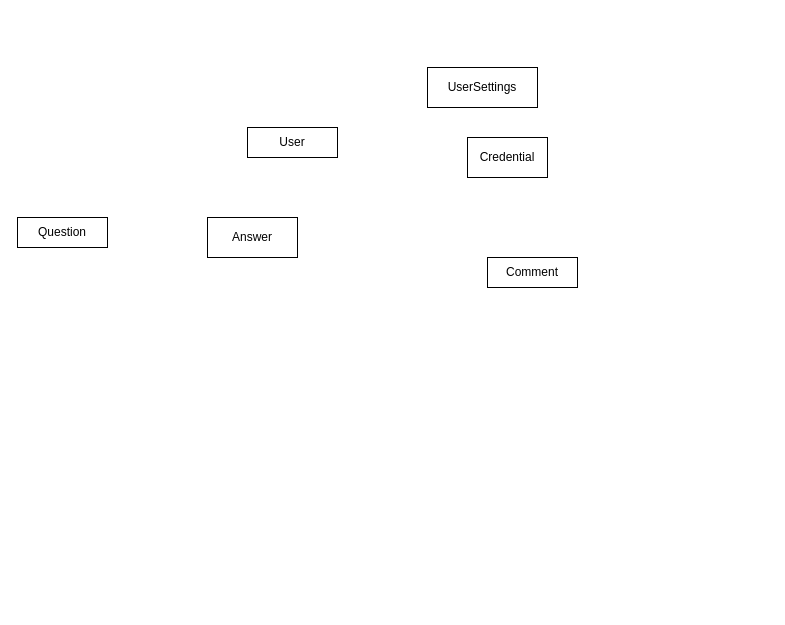
This is Projecting of IS/Untitled Diagram.drawio from Noderoid64/Study, a draw.io file, before an edit. Source tidied: cells renumbered, new cells numbered last; positions are measured from the earlier drawing's top-left corner, leaving out a move shared by most shapes. Both pictures are drawn from the tidied source at 100%, with x=0, y=0 at pixel (17, 67).
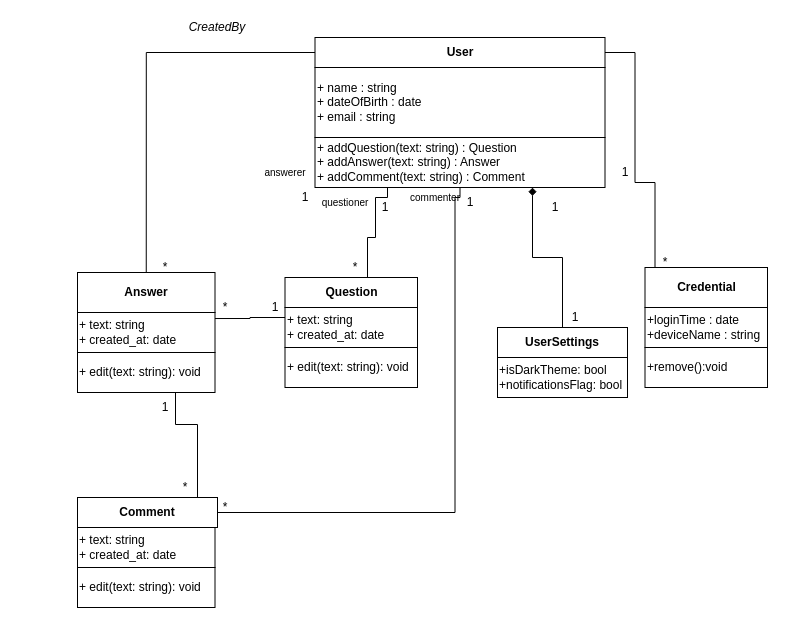
After the change.

The edit, as a diff of the source:
```diff
@@
-    <mxCell id="2" value="Question" style="rounded=0;whiteSpace=wrap;html=1;" parent="1" vertex="1">
-      <mxGeometry y="150" width="90" height="30" as="geometry" />
+    <mxCell id="2" value="&lt;b&gt;Question&lt;/b&gt;" style="rounded=0;whiteSpace=wrap;html=1;" parent="1" vertex="1">
+      <mxGeometry x="267.5" y="210" width="132.5" height="30" as="geometry" />
     </mxCell>
+    <mxCell id="8" style="edgeStyle=orthogonalEdgeStyle;rounded=0;jettySize=auto;html=1;exitX=0.25;exitY=1;exitDx=0;exitDy=0;entryX=0.5;entryY=0;entryDx=0;entryDy=0;endArrow=none;endFill=0;" parent="1" edge="1" source="39" target="2">
+      <mxGeometry relative="1" as="geometry">
+        <Array as="points">
+          <mxPoint x="370" y="130" />
+          <mxPoint x="358" y="130" />
+          <mxPoint x="358" y="170" />
+          <mxPoint x="350" y="170" />
+          <mxPoint x="350" y="210" />
+        </Array>
+      </mxGeometry>
+    </mxCell>
-    <mxCell id="3" value="User" style="rounded=0;whiteSpace=wrap;html=1;" parent="1" vertex="1">
-      <mxGeometry x="230" y="60" width="90" height="30" as="geometry" />
+    <mxCell id="3" value="&lt;b&gt;User&lt;/b&gt;" style="rounded=0;whiteSpace=wrap;html=1;" parent="1" vertex="1">
+      <mxGeometry x="297.5" y="-30" width="290" height="30" as="geometry" />
     </mxCell>
+    <mxCell id="9" style="edgeStyle=orthogonalEdgeStyle;rounded=0;jettySize=auto;html=1;exitX=0.991;exitY=0.151;exitDx=0;exitDy=0;entryX=0;entryY=0.25;entryDx=0;entryDy=0;endArrow=none;endFill=0;exitPerimeter=0;" parent="1" edge="1" source="33" target="38">
+      <mxGeometry relative="1" as="geometry" />
+    </mxCell>
+    <mxCell id="10" style="edgeStyle=orthogonalEdgeStyle;rounded=0;jettySize=auto;html=1;exitX=0.5;exitY=1;exitDx=0;exitDy=0;entryX=0.5;entryY=0;entryDx=0;entryDy=0;endArrow=none;endFill=0;" parent="1" edge="1" source="33" target="5">
+      <mxGeometry relative="1" as="geometry">
+        <Array as="points">
+          <mxPoint x="158" y="357" />
+          <mxPoint x="180" y="357" />
+          <mxPoint x="180" y="430" />
+        </Array>
+      </mxGeometry>
+    </mxCell>
+    <mxCell id="11" style="edgeStyle=orthogonalEdgeStyle;rounded=0;jettySize=auto;html=1;exitX=0.5;exitY=0;exitDx=0;exitDy=0;entryX=0;entryY=0.5;entryDx=0;entryDy=0;endArrow=none;endFill=0;" parent="1" edge="1" source="4" target="3">
+      <mxGeometry relative="1" as="geometry" />
+    </mxCell>
-    <mxCell id="4" value="Answer" style="rounded=0;whiteSpace=wrap;html=1;" parent="1" vertex="1">
-      <mxGeometry x="190" y="150" width="90" height="40" as="geometry" />
+    <mxCell id="4" value="&lt;b&gt;Answer&lt;/b&gt;" style="rounded=0;whiteSpace=wrap;html=1;" parent="1" vertex="1">
+      <mxGeometry x="60" y="205" width="137.5" height="40" as="geometry" />
     </mxCell>
+    <mxCell id="12" style="edgeStyle=orthogonalEdgeStyle;rounded=0;jettySize=auto;html=1;exitX=1;exitY=0.5;exitDx=0;exitDy=0;entryX=0.5;entryY=1;entryDx=0;entryDy=0;endArrow=none;endFill=0;" parent="1" edge="1" source="5" target="39">
+      <mxGeometry relative="1" as="geometry">
+        <Array as="points">
+          <mxPoint x="437.5" y="445" />
+          <mxPoint x="437.5" y="130" />
+          <mxPoint x="442.5" y="130" />
+        </Array>
+      </mxGeometry>
+    </mxCell>
-    <mxCell id="5" value="Comment" style="rounded=0;whiteSpace=wrap;html=1;" parent="1" vertex="1">
-      <mxGeometry x="470" y="190" width="90" height="30" as="geometry" />
+    <mxCell id="5" value="&lt;b&gt;Comment&lt;/b&gt;" style="rounded=0;whiteSpace=wrap;html=1;" parent="1" vertex="1">
+      <mxGeometry x="60" y="430" width="140" height="30" as="geometry" />
     </mxCell>
+    <mxCell id="13" style="edgeStyle=orthogonalEdgeStyle;rounded=0;jettySize=auto;html=1;entryX=1;entryY=0.5;entryDx=0;entryDy=0;endArrow=none;endFill=0;" parent="1" edge="1" source="6" target="3">
+      <mxGeometry relative="1" as="geometry">
+        <Array as="points">
+          <mxPoint x="637.5" y="115" />
+          <mxPoint x="617.5" y="115" />
+          <mxPoint x="617.5" y="-15" />
+        </Array>
+      </mxGeometry>
+    </mxCell>
-    <mxCell id="6" value="Credential" style="rounded=0;whiteSpace=wrap;html=1;" parent="1" vertex="1">
-      <mxGeometry x="450" y="70" width="80" height="40" as="geometry" />
+    <mxCell id="6" value="&lt;b&gt;Credential&lt;/b&gt;" style="rounded=0;whiteSpace=wrap;html=1;" parent="1" vertex="1">
+      <mxGeometry x="627.5" y="200" width="122.5" height="40" as="geometry" />
     </mxCell>
+    <mxCell id="14" style="edgeStyle=orthogonalEdgeStyle;rounded=0;jettySize=auto;html=1;exitX=0.5;exitY=0;exitDx=0;exitDy=0;endArrow=diamond;endFill=1;entryX=0.75;entryY=1;entryDx=0;entryDy=0;" parent="1" edge="1" source="7" target="39">
+      <mxGeometry relative="1" as="geometry" />
+    </mxCell>
-    <mxCell id="7" value="UserSettings" style="rounded=0;whiteSpace=wrap;html=1;" parent="1" vertex="1">
-      <mxGeometry x="410" width="110" height="40" as="geometry" />
+    <mxCell id="7" value="&lt;b&gt;UserSettings&lt;/b&gt;" style="rounded=0;whiteSpace=wrap;html=1;" parent="1" vertex="1">
+      <mxGeometry x="480" y="260" width="130" height="30" as="geometry" />
     </mxCell>
+    <mxCell id="15" value="*" style="text;html=1;strokeColor=none;fillColor=none;align=center;verticalAlign=middle;whiteSpace=wrap;rounded=0;" parent="1" vertex="1">
+      <mxGeometry x="127.5" y="190" width="40" height="20" as="geometry" />
+    </mxCell>
+    <mxCell id="16" value="*" style="text;html=1;strokeColor=none;fillColor=none;align=center;verticalAlign=middle;whiteSpace=wrap;rounded=0;" parent="1" vertex="1">
+      <mxGeometry x="147.5" y="410" width="40" height="20" as="geometry" />
+    </mxCell>
+    <mxCell id="17" value="*" style="text;html=1;strokeColor=none;fillColor=none;align=center;verticalAlign=middle;whiteSpace=wrap;rounded=0;" parent="1" vertex="1">
+      <mxGeometry x="187.5" y="230" width="40" height="20" as="geometry" />
+    </mxCell>
+    <mxCell id="18" value="*" style="text;html=1;strokeColor=none;fillColor=none;align=center;verticalAlign=middle;whiteSpace=wrap;rounded=0;" parent="1" vertex="1">
+      <mxGeometry x="327.5" y="195" width="20" height="10" as="geometry" />
+    </mxCell>
+    <mxCell id="19" value="1" style="text;html=1;strokeColor=none;fillColor=none;align=center;verticalAlign=middle;whiteSpace=wrap;rounded=0;" parent="1" vertex="1">
+      <mxGeometry x="237.5" y="230" width="40" height="20" as="geometry" />
+    </mxCell>
+    <mxCell id="20" value="1" style="text;html=1;strokeColor=none;fillColor=none;align=center;verticalAlign=middle;whiteSpace=wrap;rounded=0;" parent="1" vertex="1">
+      <mxGeometry x="537.5" y="240" width="40" height="20" as="geometry" />
+    </mxCell>
+    <mxCell id="21" value="1" style="text;html=1;strokeColor=none;fillColor=none;align=center;verticalAlign=middle;whiteSpace=wrap;rounded=0;" parent="1" vertex="1">
+      <mxGeometry x="267.5" y="120" width="40" height="20" as="geometry" />
+    </mxCell>
+    <mxCell id="22" value="1" style="text;html=1;strokeColor=none;fillColor=none;align=center;verticalAlign=middle;whiteSpace=wrap;rounded=0;" parent="1" vertex="1">
+      <mxGeometry x="347.5" y="130" width="40" height="20" as="geometry" />
+    </mxCell>
+    <mxCell id="23" value="1" style="text;html=1;strokeColor=none;fillColor=none;align=center;verticalAlign=middle;whiteSpace=wrap;rounded=0;" parent="1" vertex="1">
+      <mxGeometry x="427.5" y="125" width="50" height="20" as="geometry" />
+    </mxCell>
+    <mxCell id="24" value="1" style="text;html=1;strokeColor=none;fillColor=none;align=center;verticalAlign=middle;whiteSpace=wrap;rounded=0;" parent="1" vertex="1">
+      <mxGeometry x="587.5" y="95" width="40" height="20" as="geometry" />
+    </mxCell>
+    <mxCell id="25" value="*" style="text;html=1;strokeColor=none;fillColor=none;align=center;verticalAlign=middle;whiteSpace=wrap;rounded=0;" parent="1" vertex="1">
+      <mxGeometry x="627.5" y="185" width="40" height="20" as="geometry" />
+    </mxCell>
+    <mxCell id="26" value="1" style="text;html=1;strokeColor=none;fillColor=none;align=center;verticalAlign=middle;whiteSpace=wrap;rounded=0;" parent="1" vertex="1">
+      <mxGeometry x="517.5" y="130" width="40" height="20" as="geometry" />
+    </mxCell>
+    <mxCell id="27" value="*" style="text;html=1;strokeColor=none;fillColor=none;align=center;verticalAlign=middle;whiteSpace=wrap;rounded=0;" parent="1" vertex="1">
+      <mxGeometry x="187.5" y="430" width="40" height="20" as="geometry" />
+    </mxCell>
+    <mxCell id="28" value="&lt;i&gt;CreatedBy&lt;/i&gt;" style="text;html=1;strokeColor=none;fillColor=none;align=center;verticalAlign=middle;whiteSpace=wrap;rounded=0;" parent="1" vertex="1">
+      <mxGeometry x="180" y="-50" width="40" height="20" as="geometry" />
+    </mxCell>
+    <mxCell id="29" value="&lt;font style=&quot;font-size: 10px&quot;&gt;questioner&lt;/font&gt;" style="text;html=1;strokeColor=none;fillColor=none;align=center;verticalAlign=middle;whiteSpace=wrap;rounded=0;" parent="1" vertex="1">
+      <mxGeometry x="307.5" y="130" width="40" height="10" as="geometry" />
+    </mxCell>
+    <mxCell id="30" value="&lt;font style=&quot;font-size: 10px&quot;&gt;answerer&lt;/font&gt;" style="text;html=1;strokeColor=none;fillColor=none;align=center;verticalAlign=middle;whiteSpace=wrap;rounded=0;" parent="1" vertex="1">
+      <mxGeometry x="247.5" y="100" width="40" height="10" as="geometry" />
+    </mxCell>
+    <mxCell id="31" style="edgeStyle=orthogonalEdgeStyle;rounded=0;jettySize=auto;html=1;exitX=0.5;exitY=1;exitDx=0;exitDy=0;fontSize=11;endArrow=none;endFill=0;" parent="1" edge="1" source="32">
+      <mxGeometry relative="1" as="geometry">
+        <mxPoint x="417.7" y="140" as="targetPoint" />
+      </mxGeometry>
+    </mxCell>
+    <mxCell id="32" value="&lt;font style=&quot;font-size: 10px&quot;&gt;commenter&lt;/font&gt;" style="text;html=1;strokeColor=none;fillColor=none;align=center;verticalAlign=middle;whiteSpace=wrap;rounded=0;" parent="1" vertex="1">
+      <mxGeometry x="397.5" y="120" width="40" height="20" as="geometry" />
+    </mxCell>
+    <mxCell id="33" value="+ text: string&lt;br&gt;+ created_at: date" style="rounded=0;whiteSpace=wrap;html=1;align=left;" parent="1" vertex="1">
+      <mxGeometry x="60" y="245" width="137.5" height="40" as="geometry" />
+    </mxCell>
+    <mxCell id="34" value="+ text: string&lt;br&gt;+ created_at: date" style="rounded=0;whiteSpace=wrap;html=1;align=left;" parent="1" vertex="1">
+      <mxGeometry x="60" y="460" width="137.5" height="40" as="geometry" />
+    </mxCell>
+    <mxCell id="35" value="+ name : string&lt;br&gt;+ dateOfBirth : date&lt;br&gt;+ email : string" style="rounded=0;whiteSpace=wrap;html=1;align=left;" parent="1" vertex="1">
+      <mxGeometry x="297.5" width="290" height="70" as="geometry" />
+    </mxCell>
+    <mxCell id="36" value="+loginTime : date&lt;br&gt;+deviceName : string" style="rounded=0;whiteSpace=wrap;html=1;align=left;" parent="1" vertex="1">
+      <mxGeometry x="627.5" y="240" width="122.5" height="40" as="geometry" />
+    </mxCell>
+    <mxCell id="37" value="+isDarkTheme: bool&lt;br&gt;+notificationsFlag: bool" style="rounded=0;whiteSpace=wrap;html=1;align=left;" parent="1" vertex="1">
+      <mxGeometry x="480" y="290" width="130" height="40" as="geometry" />
+    </mxCell>
+    <mxCell id="38" value="+ text: string&lt;br&gt;+ created_at: date" style="rounded=0;whiteSpace=wrap;html=1;align=left;" parent="1" vertex="1">
+      <mxGeometry x="267.5" y="240" width="132.5" height="40" as="geometry" />
+    </mxCell>
+    <mxCell id="39" value="+ addQuestion(text: string) : Question&lt;br&gt;+ addAnswer(text: string) : Answer&lt;br&gt;+ addComment(text: string) : Comment" style="rounded=0;whiteSpace=wrap;html=1;align=left;" parent="1" vertex="1">
+      <mxGeometry x="297.5" y="70" width="290" height="50" as="geometry" />
+    </mxCell>
+    <mxCell id="40" value="+ edit(text: string): void" style="rounded=0;whiteSpace=wrap;html=1;align=left;" parent="1" vertex="1">
+      <mxGeometry x="60" y="285" width="137.5" height="40" as="geometry" />
+    </mxCell>
+    <mxCell id="41" value="1" style="text;html=1;strokeColor=none;fillColor=none;align=center;verticalAlign=middle;whiteSpace=wrap;rounded=0;" parent="1" vertex="1">
+      <mxGeometry x="127.5" y="330" width="40" height="20" as="geometry" />
+    </mxCell>
+    <mxCell id="42" value="+ edit(text: string): void" style="rounded=0;whiteSpace=wrap;html=1;align=left;" parent="1" vertex="1">
+      <mxGeometry x="60" y="500" width="137.5" height="40" as="geometry" />
+    </mxCell>
+    <mxCell id="43" value="+ edit(text: string): void" style="rounded=0;whiteSpace=wrap;html=1;align=left;" parent="1" vertex="1">
+      <mxGeometry x="267.5" y="280" width="132.5" height="40" as="geometry" />
+    </mxCell>
+    <mxCell id="44" value="+remove():void" style="rounded=0;whiteSpace=wrap;html=1;align=left;" parent="1" vertex="1">
+      <mxGeometry x="627.5" y="280" width="122.5" height="40" as="geometry" />
+    </mxCell>
```
